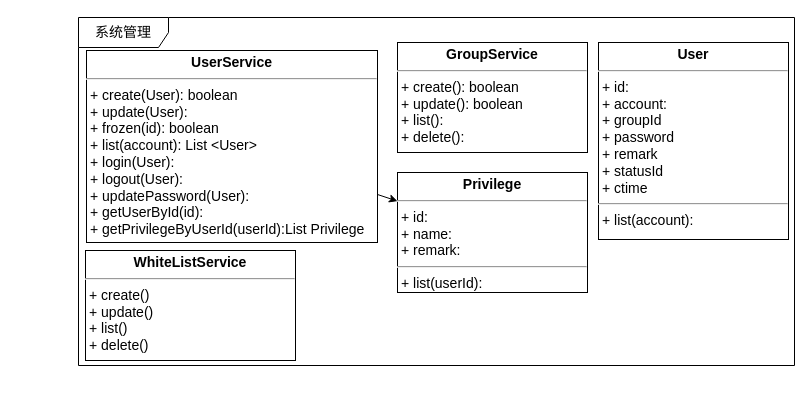
Earlier version of the draw.io diagram IOTManage/class-sys.drawio (waterwatermelon/graph). Source tidied: cells renumbered, new cells numbered last; positions are measured from the earlier drawing's top-left corner, leaving out a move shared by most shapes. Both pictures are drawn from the tidied source at 100%, with x=0, y=0 at pixel (78, 17).
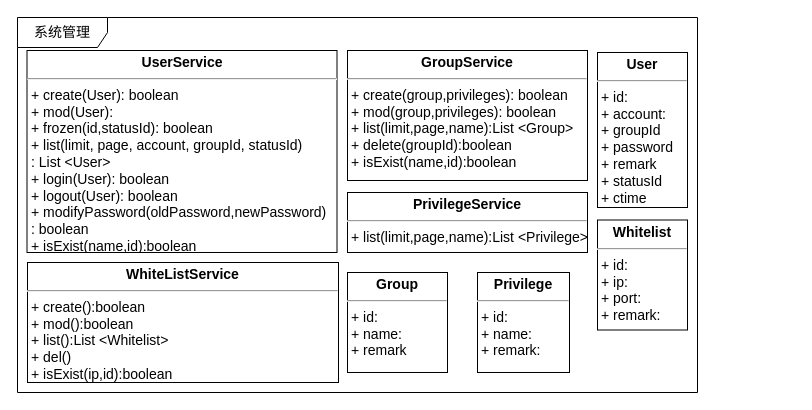
After the change.

Change to the diagram source:
```diff
@@
 <mxGraphModel background="#ffffff">
   <root>
     <mxCell id="0" />
     <mxCell id="1" parent="0" />
     <mxCell id="2" value="系统管理" style="shape=umlFrame;whiteSpace=wrap;html=1;rounded=0;shadow=0;comic=0;labelBackgroundColor=none;strokeColor=#000000;strokeWidth=1;fillColor=#ffffff;fontFamily=Verdana;fontSize=14;fontColor=#000000;align=center;width=90;height=30;" parent="1" vertex="1">
-      <mxGeometry width="716" height="348" as="geometry" />
+      <mxGeometry x="-61" width="680" height="375" as="geometry" />
     </mxCell>
-    <mxCell id="3" style="rounded=0;jettySize=auto;html=1;exitX=1;exitY=0.75;exitDx=0;exitDy=0;fontSize=14;" parent="1" edge="1" source="4" target="7">
-      <mxGeometry relative="1" as="geometry" />
-    </mxCell>
-    <mxCell id="4" value="&lt;p style=&quot;margin: 4px 0px 0px ; text-align: center ; font-size: 14px&quot;&gt;&lt;b style=&quot;font-size: 14px&quot;&gt;UserService&lt;/b&gt;&lt;/p&gt;&lt;hr style=&quot;font-size: 14px&quot;&gt;&lt;p style=&quot;margin: 0px 0px 0px 4px ; font-size: 14px&quot;&gt;+ create(User): boolean&lt;br style=&quot;font-size: 14px&quot;&gt;&lt;/p&gt;&lt;p style=&quot;margin: 0px 0px 0px 4px ; font-size: 14px&quot;&gt;&lt;span style=&quot;font-size: 14px&quot;&gt;+ update(User):&lt;/span&gt;&lt;br style=&quot;font-size: 14px&quot;&gt;&lt;/p&gt;&lt;p style=&quot;margin: 0px 0px 0px 4px ; font-size: 14px&quot;&gt;+ frozen(id): boolean&lt;/p&gt;&lt;p style=&quot;margin: 0px 0px 0px 4px ; font-size: 14px&quot;&gt;+ list(account): List &amp;lt;User&amp;gt;&lt;/p&gt;&lt;p style=&quot;margin: 0px 0px 0px 4px ; font-size: 14px&quot;&gt;+ login(User):&lt;/p&gt;&lt;p style=&quot;margin: 0px 0px 0px 4px ; font-size: 14px&quot;&gt;+ logout(User):&lt;/p&gt;&lt;p style=&quot;margin: 0px 0px 0px 4px ; font-size: 14px&quot;&gt;+ updatePassword(User):&lt;/p&gt;&lt;p style=&quot;margin: 0px 0px 0px 4px ; font-size: 14px&quot;&gt;+ getUserById(id):&lt;/p&gt;&lt;p style=&quot;margin: 0px 0px 0px 4px ; font-size: 14px&quot;&gt;&lt;span style=&quot;font-size: 14px&quot;&gt;+ getPrivilegeByUserId(userId):&lt;/span&gt;&lt;span&gt;List Privilege&lt;/span&gt;&lt;/p&gt;&lt;div style=&quot;font-size: 14px&quot;&gt;&lt;br style=&quot;font-size: 14px&quot;&gt;&lt;/div&gt;" style="verticalAlign=top;align=left;overflow=fill;fontSize=14;fontFamily=Helvetica;html=1;" parent="1" vertex="1">
-      <mxGeometry x="8" y="33" width="291" height="192" as="geometry" />
+    <mxCell id="4" value="&lt;p style=&quot;margin: 4px 0px 0px ; text-align: center ; font-size: 14px&quot;&gt;&lt;b style=&quot;font-size: 14px&quot;&gt;UserService&lt;/b&gt;&lt;/p&gt;&lt;hr style=&quot;font-size: 14px&quot;&gt;&lt;p style=&quot;margin: 0px 0px 0px 4px ; font-size: 14px&quot;&gt;+ create(User): boolean&lt;br style=&quot;font-size: 14px&quot;&gt;&lt;/p&gt;&lt;p style=&quot;margin: 0px 0px 0px 4px ; font-size: 14px&quot;&gt;&lt;span style=&quot;font-size: 14px&quot;&gt;+ mod(User):&lt;/span&gt;&lt;br style=&quot;font-size: 14px&quot;&gt;&lt;/p&gt;&lt;p style=&quot;margin: 0px 0px 0px 4px ; font-size: 14px&quot;&gt;+ frozen(id,&lt;span&gt;statusId&lt;/span&gt;&lt;span&gt;): boolean&lt;/span&gt;&lt;/p&gt;&lt;p style=&quot;margin: 0px 0px 0px 4px ; font-size: 14px&quot;&gt;&lt;span&gt;+ list(&lt;/span&gt;&lt;span&gt;limit&lt;/span&gt;&lt;span&gt;, &lt;/span&gt;&lt;span&gt;page&lt;/span&gt;&lt;span&gt;, &lt;/span&gt;&lt;span&gt;account&lt;/span&gt;&lt;span&gt;, &lt;/span&gt;&lt;span&gt;groupId&lt;/span&gt;&lt;span&gt;, &lt;/span&gt;&lt;span&gt;statusId&lt;/span&gt;&lt;span&gt;)&lt;/span&gt;&lt;/p&gt;&lt;p style=&quot;margin: 0px 0px 0px 4px ; font-size: 14px&quot;&gt;&lt;span&gt;: List &amp;lt;User&amp;gt;&lt;/span&gt;&lt;/p&gt;&lt;p style=&quot;margin: 0px 0px 0px 4px ; font-size: 14px&quot;&gt;+ login(User): boolean&lt;/p&gt;&lt;p style=&quot;margin: 0px 0px 0px 4px ; font-size: 14px&quot;&gt;+ logout(User): boolean&lt;/p&gt;&lt;p style=&quot;margin: 0px 0px 0px 4px ; font-size: 14px&quot;&gt;+ modifyPassword(oldPassword,newPassword)&lt;/p&gt;&lt;p style=&quot;margin: 0px 0px 0px 4px ; font-size: 14px&quot;&gt;: boolean&lt;/p&gt;&lt;p style=&quot;margin: 0px 0px 0px 4px ; font-size: 14px&quot;&gt;+ isExist(name,id):boolean&lt;br&gt;&lt;/p&gt;&lt;div style=&quot;font-size: 14px&quot;&gt;&lt;br style=&quot;font-size: 14px&quot;&gt;&lt;/div&gt;" style="verticalAlign=top;align=left;overflow=fill;fontSize=14;fontFamily=Helvetica;html=1;" parent="1" vertex="1">
+      <mxGeometry x="-51.5" y="33" width="310" height="202" as="geometry" />
     </mxCell>
-    <mxCell id="5" value="&lt;p style=&quot;margin: 4px 0px 0px ; text-align: center ; font-size: 14px&quot;&gt;&lt;b style=&quot;font-size: 14px&quot;&gt;GroupService&lt;/b&gt;&lt;/p&gt;&lt;hr style=&quot;font-size: 14px&quot;&gt;&lt;p style=&quot;margin: 0px 0px 0px 4px ; font-size: 14px&quot;&gt;+ create(): boolean&lt;br style=&quot;font-size: 14px&quot;&gt;&lt;/p&gt;&lt;p style=&quot;margin: 0px 0px 0px 4px ; font-size: 14px&quot;&gt;&lt;span style=&quot;font-size: 14px&quot;&gt;+ update(): boolean&lt;/span&gt;&lt;br style=&quot;font-size: 14px&quot;&gt;&lt;/p&gt;&lt;p style=&quot;margin: 0px 0px 0px 4px ; font-size: 14px&quot;&gt;&lt;span style=&quot;font-size: 14px&quot;&gt;+ list():&lt;/span&gt;&lt;br style=&quot;font-size: 14px&quot;&gt;&lt;/p&gt;&lt;p style=&quot;margin: 0px 0px 0px 4px ; font-size: 14px&quot;&gt;+ delete():&lt;/p&gt;" style="verticalAlign=top;align=left;overflow=fill;fontSize=14;fontFamily=Helvetica;html=1;" parent="1" vertex="1">
-      <mxGeometry x="319" y="25" width="190" height="110" as="geometry" />
+    <mxCell id="5" value="&lt;p style=&quot;margin: 4px 0px 0px ; text-align: center ; font-size: 14px&quot;&gt;&lt;b style=&quot;font-size: 14px&quot;&gt;GroupService&lt;/b&gt;&lt;/p&gt;&lt;hr style=&quot;font-size: 14px&quot;&gt;&lt;p style=&quot;margin: 0px 0px 0px 4px ; font-size: 14px&quot;&gt;+ create(group,privileges): boolean&lt;br style=&quot;font-size: 14px&quot;&gt;&lt;/p&gt;&lt;p style=&quot;margin: 0px 0px 0px 4px ; font-size: 14px&quot;&gt;&lt;span style=&quot;font-size: 14px&quot;&gt;+ mod(group,privileges): boolean&lt;/span&gt;&lt;br style=&quot;font-size: 14px&quot;&gt;&lt;/p&gt;&lt;p style=&quot;margin: 0px 0px 0px 4px ; font-size: 14px&quot;&gt;&lt;span style=&quot;font-size: 14px&quot;&gt;+ list(limit,page,name):List &amp;lt;Group&amp;gt;&lt;/span&gt;&lt;br style=&quot;font-size: 14px&quot;&gt;&lt;/p&gt;&lt;p style=&quot;margin: 0px 0px 0px 4px ; font-size: 14px&quot;&gt;+ delete(groupId):boolean&lt;/p&gt;&lt;p style=&quot;margin: 0px 0px 0px 4px ; font-size: 14px&quot;&gt;&lt;span&gt;+ isExist(name,id):boolean&lt;/span&gt;&lt;/p&gt;" style="verticalAlign=top;align=left;overflow=fill;fontSize=14;fontFamily=Helvetica;html=1;" parent="1" vertex="1">
+      <mxGeometry x="269" y="33" width="240" height="130" as="geometry" />
     </mxCell>
-    <mxCell id="6" value="&lt;p style=&quot;margin: 4px 0px 0px ; text-align: center ; font-size: 14px&quot;&gt;&lt;b style=&quot;font-size: 14px;&quot;&gt;WhiteListService&lt;/b&gt;&lt;/p&gt;&lt;hr style=&quot;font-size: 14px&quot;&gt;&lt;p style=&quot;margin: 0px 0px 0px 4px ; font-size: 14px&quot;&gt;+ create()&lt;br style=&quot;font-size: 14px;&quot;&gt;&lt;/p&gt;&lt;p style=&quot;margin: 0px 0px 0px 4px ; font-size: 14px&quot;&gt;&lt;span style=&quot;font-size: 14px;&quot;&gt;+ update()&lt;/span&gt;&lt;br style=&quot;font-size: 14px;&quot;&gt;&lt;/p&gt;&lt;p style=&quot;margin: 0px 0px 0px 4px ; font-size: 14px&quot;&gt;&lt;span style=&quot;font-size: 14px;&quot;&gt;+ list()&lt;/span&gt;&lt;br style=&quot;font-size: 14px;&quot;&gt;&lt;/p&gt;&lt;p style=&quot;margin: 0px 0px 0px 4px ; font-size: 14px&quot;&gt;+ delete()&lt;/p&gt;" style="verticalAlign=top;align=left;overflow=fill;fontSize=14;fontFamily=Helvetica;html=1;" parent="1" vertex="1">
-      <mxGeometry x="7" y="233" width="210" height="110" as="geometry" />
+    <mxCell id="6" value="&lt;p style=&quot;margin: 4px 0px 0px ; text-align: center ; font-size: 14px&quot;&gt;&lt;b style=&quot;font-size: 14px&quot;&gt;WhiteListService&lt;/b&gt;&lt;/p&gt;&lt;hr style=&quot;font-size: 14px&quot;&gt;&lt;p style=&quot;margin: 0px 0px 0px 4px ; font-size: 14px&quot;&gt;+ create():boolean&lt;br style=&quot;font-size: 14px&quot;&gt;&lt;/p&gt;&lt;p style=&quot;margin: 0px 0px 0px 4px ; font-size: 14px&quot;&gt;&lt;span style=&quot;font-size: 14px&quot;&gt;+ mod():boolean&lt;/span&gt;&lt;br style=&quot;font-size: 14px&quot;&gt;&lt;/p&gt;&lt;p style=&quot;margin: 0px 0px 0px 4px ; font-size: 14px&quot;&gt;&lt;span&gt;+ list():List &amp;lt;Whitelist&amp;gt;&lt;/span&gt;&lt;/p&gt;&lt;p style=&quot;margin: 0px 0px 0px 4px ; font-size: 14px&quot;&gt;&lt;span&gt;+ del()&lt;/span&gt;&lt;/p&gt;&lt;p style=&quot;margin: 0px 0px 0px 4px ; font-size: 14px&quot;&gt;&lt;span&gt;+ isExist(ip,id):boolean&lt;/span&gt;&lt;/p&gt;" style="verticalAlign=top;align=left;overflow=fill;fontSize=14;fontFamily=Helvetica;html=1;" parent="1" vertex="1">
+      <mxGeometry x="-51" y="245" width="311" height="120" as="geometry" />
     </mxCell>
-    <mxCell id="7" value="&lt;p style=&quot;margin: 4px 0px 0px ; text-align: center ; font-size: 14px&quot;&gt;&lt;b style=&quot;font-size: 14px;&quot;&gt;Privilege&lt;/b&gt;&lt;br style=&quot;font-size: 14px;&quot;&gt;&lt;/p&gt;&lt;hr style=&quot;font-size: 14px&quot;&gt;&lt;p style=&quot;margin: 0px 0px 0px 4px ; font-size: 14px&quot;&gt;+ id:&amp;nbsp;&lt;/p&gt;&lt;p style=&quot;margin: 0px 0px 0px 4px ; font-size: 14px&quot;&gt;+ name:&amp;nbsp;&lt;/p&gt;&lt;p style=&quot;margin: 0px 0px 0px 4px ; font-size: 14px&quot;&gt;+ remark:&amp;nbsp;&lt;/p&gt;&lt;hr style=&quot;font-size: 14px&quot;&gt;&lt;p style=&quot;margin: 0px 0px 0px 4px ; font-size: 14px&quot;&gt;+ list(userId):&lt;br style=&quot;font-size: 14px;&quot;&gt;&lt;/p&gt;" style="verticalAlign=top;align=left;overflow=fill;fontSize=14;fontFamily=Helvetica;html=1;" parent="1" vertex="1">
-      <mxGeometry x="319" y="155" width="190" height="120" as="geometry" />
+    <mxCell id="7" value="&lt;p style=&quot;margin: 4px 0px 0px ; text-align: center ; font-size: 14px&quot;&gt;&lt;b style=&quot;font-size: 14px&quot;&gt;Privilege&lt;/b&gt;&lt;br style=&quot;font-size: 14px&quot;&gt;&lt;/p&gt;&lt;hr style=&quot;font-size: 14px&quot;&gt;&lt;p style=&quot;margin: 0px 0px 0px 4px ; font-size: 14px&quot;&gt;+ id:&amp;nbsp;&lt;/p&gt;&lt;p style=&quot;margin: 0px 0px 0px 4px ; font-size: 14px&quot;&gt;+ name:&amp;nbsp;&lt;/p&gt;&lt;p style=&quot;margin: 0px 0px 0px 4px ; font-size: 14px&quot;&gt;+ remark:&amp;nbsp;&lt;/p&gt;&lt;p style=&quot;margin: 0px 0px 0px 4px ; font-size: 14px&quot;&gt;&lt;br style=&quot;font-size: 14px&quot;&gt;&lt;/p&gt;" style="verticalAlign=top;align=left;overflow=fill;fontSize=14;fontFamily=Helvetica;html=1;" parent="1" vertex="1">
+      <mxGeometry x="399" y="255" width="92" height="100" as="geometry" />
     </mxCell>
-    <mxCell id="8" value="&lt;p style=&quot;margin: 4px 0px 0px ; text-align: center ; font-size: 14px&quot;&gt;&lt;b&gt;User&lt;/b&gt;&lt;/p&gt;&lt;hr style=&quot;font-size: 14px&quot;&gt;&lt;p style=&quot;margin: 0px 0px 0px 4px ; font-size: 14px&quot;&gt;+ id:&amp;nbsp;&lt;/p&gt;&lt;p style=&quot;margin: 0px 0px 0px 4px ; font-size: 14px&quot;&gt;+ account:&amp;nbsp;&lt;/p&gt;&lt;p style=&quot;margin: 0px 0px 0px 4px ; font-size: 14px&quot;&gt;+ groupId&lt;/p&gt;&lt;p style=&quot;margin: 0px 0px 0px 4px ; font-size: 14px&quot;&gt;&lt;span&gt;+ password&amp;nbsp;&lt;/span&gt;&lt;br&gt;&lt;/p&gt;&lt;p style=&quot;margin: 0px 0px 0px 4px ; font-size: 14px&quot;&gt;&lt;span&gt;+ remark&lt;/span&gt;&lt;/p&gt;&lt;p style=&quot;margin: 0px 0px 0px 4px ; font-size: 14px&quot;&gt;&lt;span&gt;+ statusId&lt;/span&gt;&lt;/p&gt;&lt;p style=&quot;margin: 0px 0px 0px 4px ; font-size: 14px&quot;&gt;&lt;span&gt;+ ctime&lt;/span&gt;&lt;/p&gt;&lt;hr style=&quot;font-size: 14px&quot;&gt;&lt;p style=&quot;margin: 0px 0px 0px 4px ; font-size: 14px&quot;&gt;+ list(account):&lt;br style=&quot;font-size: 14px&quot;&gt;&lt;/p&gt;" style="verticalAlign=top;align=left;overflow=fill;fontSize=14;fontFamily=Helvetica;html=1;" parent="1" vertex="1">
-      <mxGeometry x="520" y="25" width="190" height="197" as="geometry" />
+    <mxCell id="8" value="&lt;p style=&quot;margin: 4px 0px 0px ; text-align: center ; font-size: 14px&quot;&gt;&lt;b&gt;User&lt;/b&gt;&lt;/p&gt;&lt;hr style=&quot;font-size: 14px&quot;&gt;&lt;p style=&quot;margin: 0px 0px 0px 4px ; font-size: 14px&quot;&gt;+ id:&amp;nbsp;&lt;/p&gt;&lt;p style=&quot;margin: 0px 0px 0px 4px ; font-size: 14px&quot;&gt;+ account:&amp;nbsp;&lt;/p&gt;&lt;p style=&quot;margin: 0px 0px 0px 4px ; font-size: 14px&quot;&gt;+ groupId&lt;/p&gt;&lt;p style=&quot;margin: 0px 0px 0px 4px ; font-size: 14px&quot;&gt;&lt;span&gt;+ password&amp;nbsp;&lt;/span&gt;&lt;br&gt;&lt;/p&gt;&lt;p style=&quot;margin: 0px 0px 0px 4px ; font-size: 14px&quot;&gt;&lt;span&gt;+ remark&lt;/span&gt;&lt;/p&gt;&lt;p style=&quot;margin: 0px 0px 0px 4px ; font-size: 14px&quot;&gt;&lt;span&gt;+ statusId&lt;/span&gt;&lt;/p&gt;&lt;p style=&quot;margin: 0px 0px 0px 4px ; font-size: 14px&quot;&gt;&lt;span&gt;+ ctime&lt;/span&gt;&lt;/p&gt;&lt;p style=&quot;margin: 0px 0px 0px 4px ; font-size: 14px&quot;&gt;&lt;br style=&quot;font-size: 14px&quot;&gt;&lt;/p&gt;" style="verticalAlign=top;align=left;overflow=fill;fontSize=14;fontFamily=Helvetica;html=1;" parent="1" vertex="1">
+      <mxGeometry x="519" y="35" width="90" height="155" as="geometry" />
     </mxCell>
+    <mxCell id="9" value="&lt;p style=&quot;margin: 4px 0px 0px ; text-align: center ; font-size: 14px&quot;&gt;&lt;b style=&quot;font-size: 14px&quot;&gt;PrivilegeService&lt;/b&gt;&lt;/p&gt;&lt;hr style=&quot;font-size: 14px&quot;&gt;&lt;p style=&quot;margin: 0px 0px 0px 4px ; font-size: 14px&quot;&gt;&lt;span&gt;+ list(limit,page,name):List &amp;lt;Privilege&amp;gt;&lt;/span&gt;&lt;/p&gt;" style="verticalAlign=top;align=left;overflow=fill;fontSize=14;fontFamily=Helvetica;html=1;" parent="1" vertex="1">
+      <mxGeometry x="269" y="175" width="240" height="60" as="geometry" />
+    </mxCell>
+    <mxCell id="10" value="&lt;p style=&quot;margin: 4px 0px 0px ; text-align: center ; font-size: 14px&quot;&gt;&lt;b&gt;Group&lt;/b&gt;&lt;/p&gt;&lt;hr style=&quot;font-size: 14px&quot;&gt;&lt;p style=&quot;margin: 0px 0px 0px 4px ; font-size: 14px&quot;&gt;+ id:&amp;nbsp;&lt;/p&gt;&lt;p style=&quot;margin: 0px 0px 0px 4px ; font-size: 14px&quot;&gt;+ name:&amp;nbsp;&lt;/p&gt;&lt;p style=&quot;margin: 0px 0px 0px 4px ; font-size: 14px&quot;&gt;&lt;span&gt;+ remark&lt;/span&gt;&lt;/p&gt;" style="verticalAlign=top;align=left;overflow=fill;fontSize=14;fontFamily=Helvetica;html=1;" parent="1" vertex="1">
+      <mxGeometry x="269" y="255" width="100" height="100" as="geometry" />
+    </mxCell>
+    <mxCell id="11" value="&lt;p style=&quot;margin: 4px 0px 0px ; text-align: center ; font-size: 14px&quot;&gt;&lt;b style=&quot;font-size: 14px&quot;&gt;Whitelist&lt;/b&gt;&lt;br style=&quot;font-size: 14px&quot;&gt;&lt;/p&gt;&lt;hr style=&quot;font-size: 14px&quot;&gt;&lt;p style=&quot;margin: 0px 0px 0px 4px ; font-size: 14px&quot;&gt;+ id:&amp;nbsp;&lt;/p&gt;&lt;p style=&quot;margin: 0px 0px 0px 4px ; font-size: 14px&quot;&gt;+ ip:&amp;nbsp;&lt;/p&gt;&lt;p style=&quot;margin: 0px 0px 0px 4px ; font-size: 14px&quot;&gt;+ port:&lt;/p&gt;&lt;p style=&quot;margin: 0px 0px 0px 4px ; font-size: 14px&quot;&gt;+ remark:&amp;nbsp;&lt;/p&gt;&lt;p style=&quot;margin: 0px 0px 0px 4px ; font-size: 14px&quot;&gt;&lt;br style=&quot;font-size: 14px&quot;&gt;&lt;/p&gt;" style="verticalAlign=top;align=left;overflow=fill;fontSize=14;fontFamily=Helvetica;html=1;" parent="1" vertex="1">
+      <mxGeometry x="519" y="202.5" width="90" height="110" as="geometry" />
+    </mxCell>
   </root>
 </mxGraphModel>
```
